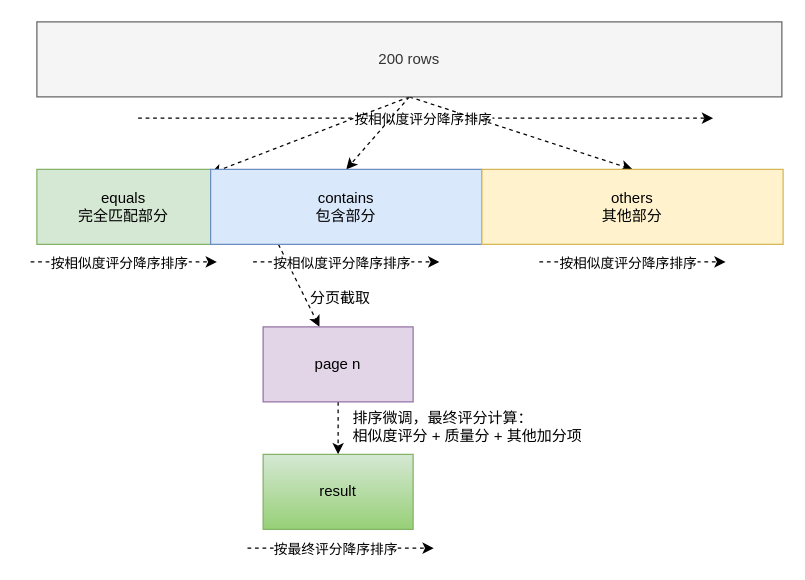
diaohancai/diagrams keeps this draw.io diagram as xueyuan/xueyuan.drawio. Above is the earlier version. Source tidied: cells renumbered, new cells numbered last; positions are measured from the earlier drawing's top-left corner, leaving out a move shared by most shapes. Both pictures are drawn from the tidied source at 125%, with x=0, y=0 at pixel (30, 21).
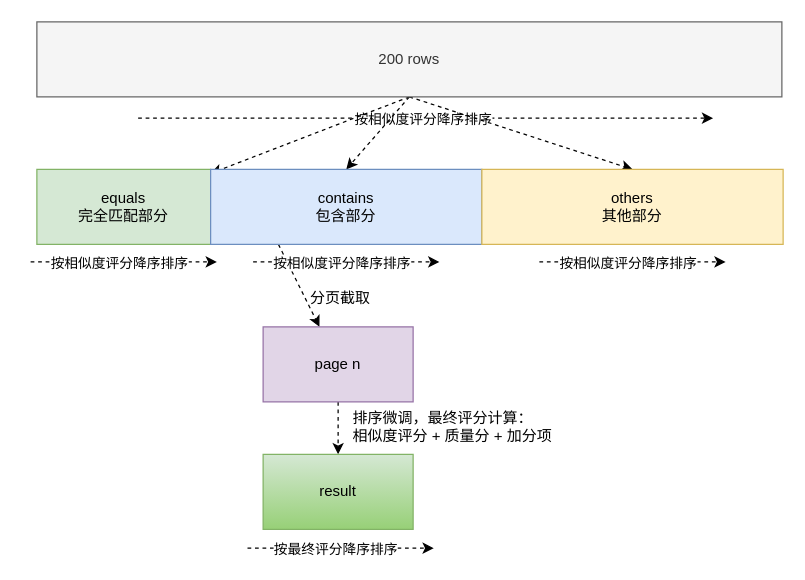
Above is the later version.

What changed in the source:
```diff
@@
-    <mxCell id="21" value="排序微调，最终评分计算：&lt;br&gt;相似度评分 + 质量分 + 其他加分项" style="text;html=1;strokeColor=none;fillColor=none;align=left;verticalAlign=middle;whiteSpace=wrap;rounded=0;" parent="1" vertex="1">
+    <mxCell id="21" value="排序微调，最终评分计算：&lt;br&gt;相似度评分 + 质量分 + 加分项" style="text;html=1;strokeColor=none;fillColor=none;align=left;verticalAlign=middle;whiteSpace=wrap;rounded=0;" parent="1" vertex="1">
       <mxGeometry x="256" y="309" width="291" height="30" as="geometry" />
     </mxCell>
```
